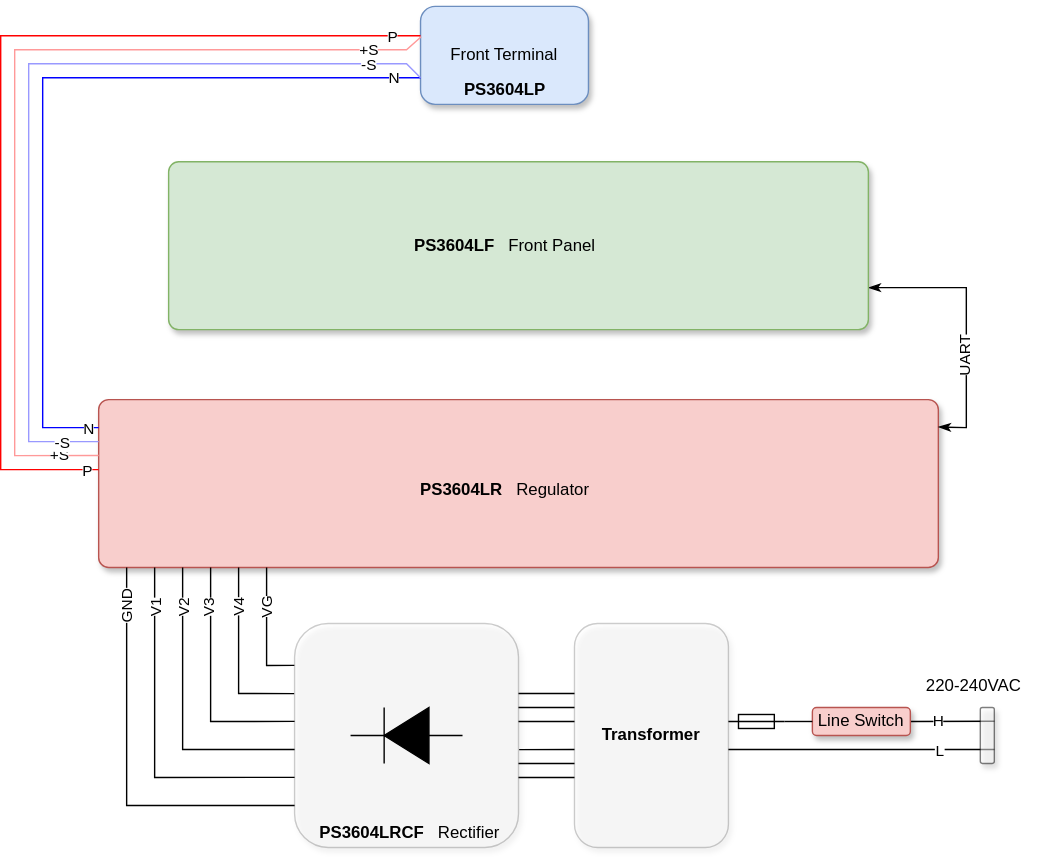
Before: doc/PS3604L.drawio.svg, a diagram exported from draw.io (d-el/PS3604L). Source tidied: cells renumbered, new cells last; positions are measured from the earlier drawing's top-left corner, leaving out a move shared by most shapes.
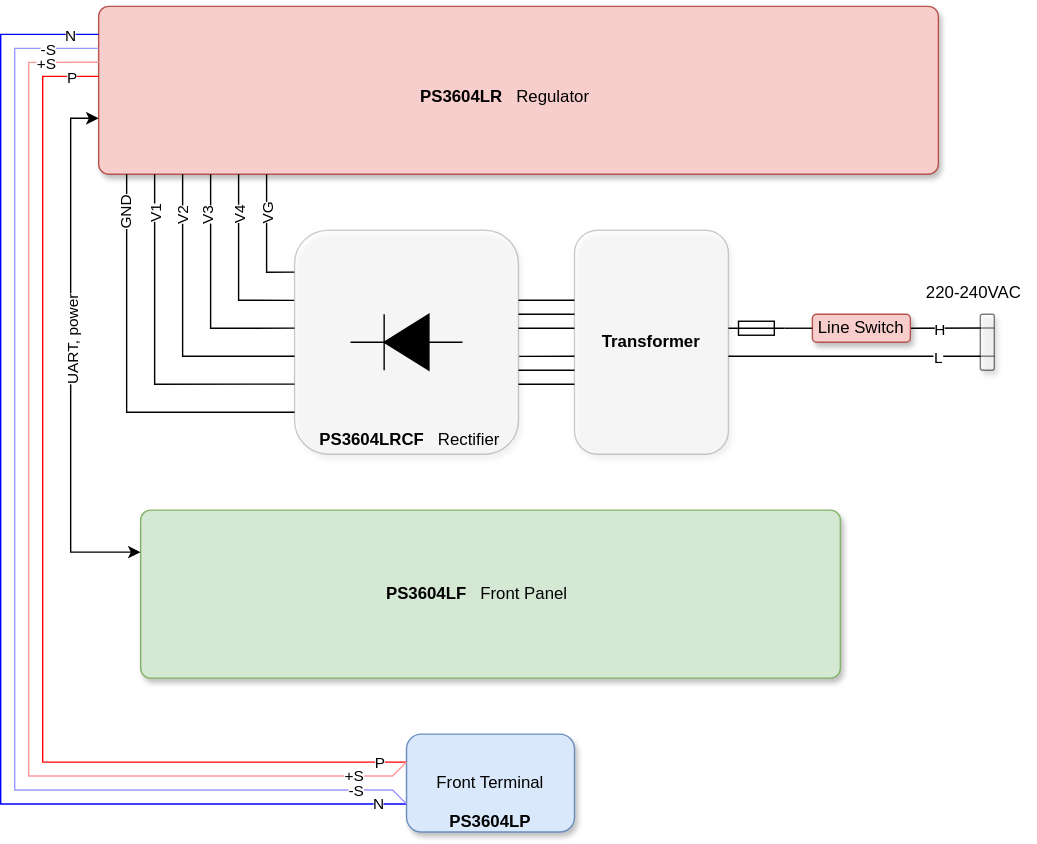
After the change.

Commit message:
Update overall diagram

Change to the diagram source:
```diff
@@ -2,6 +2,9 @@
   <root>
     <mxCell id="0" />
     <mxCell id="1" parent="0" />
+    <mxCell id="34" value="Front Terminal" style="rounded=1;whiteSpace=wrap;html=1;fillColor=#dae8fc;strokeColor=#6c8ebf;shadow=1;" parent="1" vertex="1">
+      <mxGeometry x="290" y="801" width="120" height="70" as="geometry" />
+    </mxCell>
     <mxCell id="2" style="rounded=1;whiteSpace=wrap;html=1;align=center;glass=0;shadow=1;arcSize=6;fillColor=#f8cecc;strokeColor=#b85450;" parent="1" vertex="1">
       <mxGeometry x="70" y="281" width="600" height="120" as="geometry" />
     </mxCell>
@@ -170,106 +173,107 @@
     <mxCell id="33" value="220-240VAC" style="text;html=1;align=center;verticalAlign=middle;strokeColor=none;fillColor=none;" parent="1" vertex="1">
       <mxGeometry x="650" y="471" width="90" height="30" as="geometry" />
     </mxCell>
-    <mxCell id="34" value="Front Terminal" style="rounded=1;whiteSpace=wrap;html=1;fillColor=#dae8fc;strokeColor=#6c8ebf;shadow=1;" parent="1" vertex="1">
-      <mxGeometry x="300" width="120" height="70" as="geometry" />
-    </mxCell>
-    <mxCell id="35" style="endArrow=none;html=1;rounded=0;exitX=0;exitY=0.417;exitDx=0;exitDy=0;exitPerimeter=0;strokeColor=#FF0000;" parent="1" edge="1" source="2">
+    <mxCell id="35" style="endArrow=none;html=1;rounded=0;exitX=0;exitY=0.417;exitDx=0;exitDy=0;exitPerimeter=0;strokeColor=#FF0000;entryX=0;entryY=0.286;entryDx=0;entryDy=0;entryPerimeter=0;" parent="1" edge="1" source="2" target="34">
       <mxGeometry relative="1" as="geometry">
-        <mxPoint x="300" y="21" as="targetPoint" />
         <Array as="points">
-          <mxPoint y="331" />
-          <mxPoint y="21" />
+          <mxPoint x="30" y="331" />
+          <mxPoint x="30" y="821" />
         </Array>
       </mxGeometry>
     </mxCell>
     <mxCell id="36" value="P" style="edgeLabel;html=1;align=center;verticalAlign=middle;" parent="35" vertex="1">
       <mxGeometry x="-0.96" relative="1" as="geometry">
-        <mxPoint x="4" as="offset" />
+        <mxPoint x="-5" as="offset" />
       </mxGeometry>
     </mxCell>
     <mxCell id="37" value="P" style="edgeLabel;html=1;align=center;verticalAlign=middle;" parent="35" vertex="1">
-      <mxGeometry x="0.94" relative="1" as="geometry" />
+      <mxGeometry x="0.94" relative="1" as="geometry">
+        <mxPoint x="3" as="offset" />
+      </mxGeometry>
     </mxCell>
-    <mxCell id="38" style="endArrow=none;html=1;rounded=0;exitX=0;exitY=0.167;exitDx=0;exitDy=0;exitPerimeter=0;strokeColor=#0000FF;" parent="1" edge="1" source="2">
+    <mxCell id="38" style="endArrow=none;html=1;rounded=0;exitX=0;exitY=0.167;exitDx=0;exitDy=0;exitPerimeter=0;strokeColor=#0000FF;entryX=0;entryY=0.714;entryDx=0;entryDy=0;entryPerimeter=0;" parent="1" edge="1" source="2" target="34">
       <mxGeometry relative="1" as="geometry">
-        <mxPoint x="300" y="51" as="targetPoint" />
         <Array as="points">
-          <mxPoint x="30" y="301" />
-          <mxPoint x="30" y="51" />
+          <mxPoint y="301" />
+          <mxPoint y="851" />
         </Array>
       </mxGeometry>
     </mxCell>
     <mxCell id="39" value="N" style="edgeLabel;html=1;align=center;verticalAlign=middle;" parent="38" vertex="1">
       <mxGeometry x="-0.95" relative="1" as="geometry">
-        <mxPoint x="5" as="offset" />
+        <mxPoint x="1" as="offset" />
       </mxGeometry>
     </mxCell>
     <mxCell id="40" value="N" style="edgeLabel;html=1;align=center;verticalAlign=middle;" parent="38" vertex="1">
-      <mxGeometry x="0.93" y="1" relative="1" as="geometry" />
+      <mxGeometry x="0.93" y="1" relative="1" as="geometry">
+        <mxPoint x="11" as="offset" />
+      </mxGeometry>
     </mxCell>
-    <mxCell id="41" style="endArrow=none;html=1;rounded=0;exitX=0;exitY=0.333;exitDx=0;exitDy=0;exitPerimeter=0;strokeColor=#FF9999;entryX=0.004;entryY=0.31;entryDx=0;entryDy=0;entryPerimeter=0;" parent="1" edge="1" source="2" target="34">
+    <mxCell id="41" style="endArrow=none;html=1;rounded=0;exitX=0;exitY=0.333;exitDx=0;exitDy=0;exitPerimeter=0;strokeColor=#FF9999;" parent="1" edge="1" source="2">
       <mxGeometry relative="1" as="geometry">
+        <mxPoint x="290" y="821" as="targetPoint" />
         <Array as="points">
-          <mxPoint x="10" y="321" />
-          <mxPoint x="10" y="31" />
-          <mxPoint x="290" y="31" />
+          <mxPoint x="20" y="321" />
+          <mxPoint x="20" y="831" />
+          <mxPoint x="280" y="831" />
         </Array>
       </mxGeometry>
     </mxCell>
-    <mxCell id="42" value="+S" style="edgeLabel;html=1;align=center;verticalAlign=middle;" parent="41" vertex="1">
+    <mxCell id="42" value="+S" style="edgeLabel;html=1;align=right;verticalAlign=middle;" parent="41" vertex="1">
       <mxGeometry x="-0.95" y="-1" relative="1" as="geometry">
-        <mxPoint x="-12" y="1" as="offset" />
+        <mxPoint x="-9" y="1" as="offset" />
       </mxGeometry>
     </mxCell>
-    <mxCell id="43" value="+S" style="edgeLabel;html=1;align=center;verticalAlign=middle;" parent="41" vertex="1">
+    <mxCell id="43" value="+S" style="edgeLabel;html=1;align=right;verticalAlign=middle;" parent="41" vertex="1">
       <mxGeometry x="0.92" y="1" relative="1" as="geometry">
-        <mxPoint x="-16" as="offset" />
+        <mxPoint x="-1" as="offset" />
       </mxGeometry>
     </mxCell>
     <mxCell id="44" style="endArrow=none;html=1;rounded=0;exitX=0;exitY=0.25;exitDx=0;exitDy=0;strokeColor=#9999FF;" parent="1" edge="1" source="2">
       <mxGeometry relative="1" as="geometry">
-        <mxPoint x="300" y="51" as="targetPoint" />
+        <mxPoint x="290" y="851" as="targetPoint" />
         <Array as="points">
-          <mxPoint x="20" y="311" />
-          <mxPoint x="20" y="41" />
-          <mxPoint x="290" y="41" />
+          <mxPoint x="10" y="311" />
+          <mxPoint x="10" y="841" />
+          <mxPoint x="280" y="841" />
         </Array>
       </mxGeometry>
     </mxCell>
-    <mxCell id="45" value="-S" style="edgeLabel;html=1;align=center;verticalAlign=middle;" parent="44" vertex="1">
+    <mxCell id="45" value="-S" style="edgeLabel;html=1;align=right;verticalAlign=middle;" parent="44" vertex="1">
       <mxGeometry x="-0.95" y="-1" relative="1" as="geometry">
-        <mxPoint x="-12" y="1" as="offset" />
+        <mxPoint x="-8" y="1" as="offset" />
       </mxGeometry>
     </mxCell>
-    <mxCell id="46" value="-S" style="edgeLabel;html=1;align=center;verticalAlign=middle;" parent="44" vertex="1">
+    <mxCell id="46" value="-S" style="edgeLabel;html=1;align=right;verticalAlign=middle;" parent="44" vertex="1">
       <mxGeometry x="0.91" relative="1" as="geometry">
-        <mxPoint x="-15" as="offset" />
+        <mxPoint x="5" as="offset" />
       </mxGeometry>
     </mxCell>
     <mxCell id="47" value="&lt;b&gt;PS3604LP&lt;/b&gt;" style="text;html=1;align=center;verticalAlign=middle;whiteSpace=wrap;rounded=0;" parent="1" vertex="1">
-      <mxGeometry x="282.5" y="45" width="155" height="30" as="geometry" />
+      <mxGeometry x="325" y="856" width="50" height="15" as="geometry" />
     </mxCell>
     <mxCell id="48" style="fillColor=strokeColor;verticalLabelPosition=bottom;shadow=0;dashed=0;align=center;html=1;verticalAlign=top;shape=mxgraph.electrical.diodes.diode;direction=west;" parent="1" vertex="1">
       <mxGeometry x="250" y="501" width="80" height="40" as="geometry" />
     </mxCell>
-    <mxCell id="49" style="endArrow=classicThin;startArrow=classicThin;html=1;rounded=0;entryX=1;entryY=0.75;entryDx=0;entryDy=0;startFill=1;endFill=1;exitX=1;exitY=0.163;exitDx=0;exitDy=0;exitPerimeter=0;" parent="1" edge="1" source="2" target="51">
-      <mxGeometry relative="1" as="geometry">
-        <Array as="points">
-          <mxPoint x="690" y="301" />
-          <mxPoint x="690" y="201" />
-        </Array>
-      </mxGeometry>
-    </mxCell>
-    <mxCell id="50" value="UART" style="edgeLabel;html=1;align=center;verticalAlign=middle;rotation=270;" parent="49" vertex="1">
-      <mxGeometry x="-0.04" y="2" relative="1" as="geometry">
-        <mxPoint y="21" as="offset" />
-      </mxGeometry>
-    </mxCell>
     <mxCell id="51" style="rounded=1;whiteSpace=wrap;html=1;align=center;glass=0;shadow=1;arcSize=6;fillColor=#d5e8d4;strokeColor=#82b366;" parent="1" vertex="1">
-      <mxGeometry x="120" y="111" width="500" height="120" as="geometry" />
+      <mxGeometry x="100" y="641" width="500" height="120" as="geometry" />
     </mxCell>
     <mxCell id="52" value="&lt;b&gt;PS3604LF&lt;/b&gt;&amp;nbsp; &amp;nbsp;Front Panel" style="text;html=1;align=center;verticalAlign=middle;whiteSpace=wrap;rounded=0;" parent="1" vertex="1">
-      <mxGeometry x="282.5" y="156" width="155" height="30" as="geometry" />
+      <mxGeometry x="262.5" y="686" width="155" height="30" as="geometry" />
     </mxCell>
+    <mxCell id="53" style="endArrow=classic;startArrow=classic;html=1;rounded=0;exitX=0;exitY=0.25;exitDx=0;exitDy=0;" parent="1" edge="1" source="51">
+      <mxGeometry relative="1" as="geometry">
+        <mxPoint x="70" y="361" as="targetPoint" />
+        <Array as="points">
+          <mxPoint x="50" y="671" />
+          <mxPoint x="50" y="361" />
+        </Array>
+      </mxGeometry>
+    </mxCell>
+    <mxCell id="54" value="UART, power" style="edgeLabel;html=1;align=center;verticalAlign=middle;rotation=270;" parent="53" vertex="1">
+      <mxGeometry x="-0.11" y="-1" relative="1" as="geometry">
+        <mxPoint y="-31" as="offset" />
+      </mxGeometry>
+    </mxCell>
   </root>
 </mxGraphModel>
```
